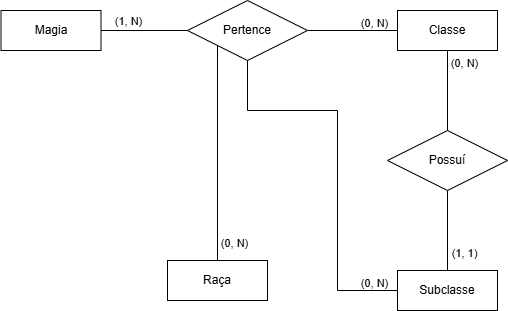
Above: DND.drawio.png in VitorFonseca123/DnD-RPG (draw.io), before the change. Source tidied: cells renumbered, new cells last; positions are measured from the earlier drawing's top-left corner, leaving out a move shared by most shapes.
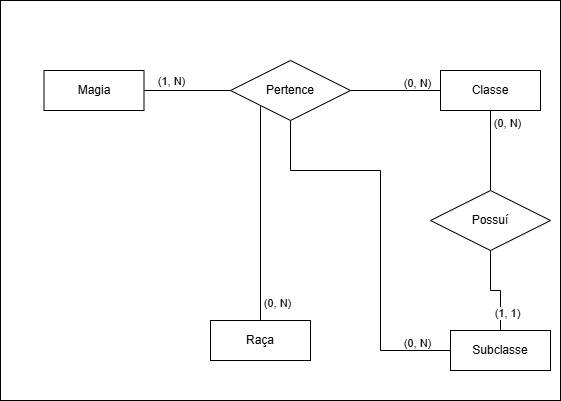
The same diagram one commit later.

Diff of the diagram source:
```diff
@@ -2,6 +2,9 @@
   <root>
     <mxCell id="0" />
     <mxCell id="1" parent="0" />
+    <mxCell id="20" style="rounded=0;whiteSpace=wrap;html=1;" parent="1" vertex="1">
+      <mxGeometry x="-44" y="-60" width="560" height="400" as="geometry" />
+    </mxCell>
     <mxCell id="2" style="edgeStyle=orthogonalEdgeStyle;rounded=0;jettySize=auto;html=1;entryX=0;entryY=0.5;entryDx=0;entryDy=0;endArrow=none;startFill=0;exitX=1;exitY=0.5;exitDx=0;exitDy=0;" parent="1" edge="1" source="8" target="6">
       <mxGeometry relative="1" as="geometry" />
     </mxCell>
@@ -37,7 +40,7 @@
       </mxGeometry>
     </mxCell>
     <mxCell id="10" value="Subclasse" style="whiteSpace=wrap;html=1;align=center;" parent="1" vertex="1">
-      <mxGeometry x="396" y="270" width="100" height="40" as="geometry" />
+      <mxGeometry x="406" y="270" width="100" height="40" as="geometry" />
     </mxCell>
     <mxCell id="11" style="edgeStyle=orthogonalEdgeStyle;rounded=0;jettySize=auto;html=1;exitX=0.5;exitY=1;exitDx=0;exitDy=0;entryX=0.5;entryY=0;entryDx=0;entryDy=0;endArrow=none;startFill=0;" parent="1" edge="1" source="13" target="10">
       <mxGeometry relative="1" as="geometry" />
```
